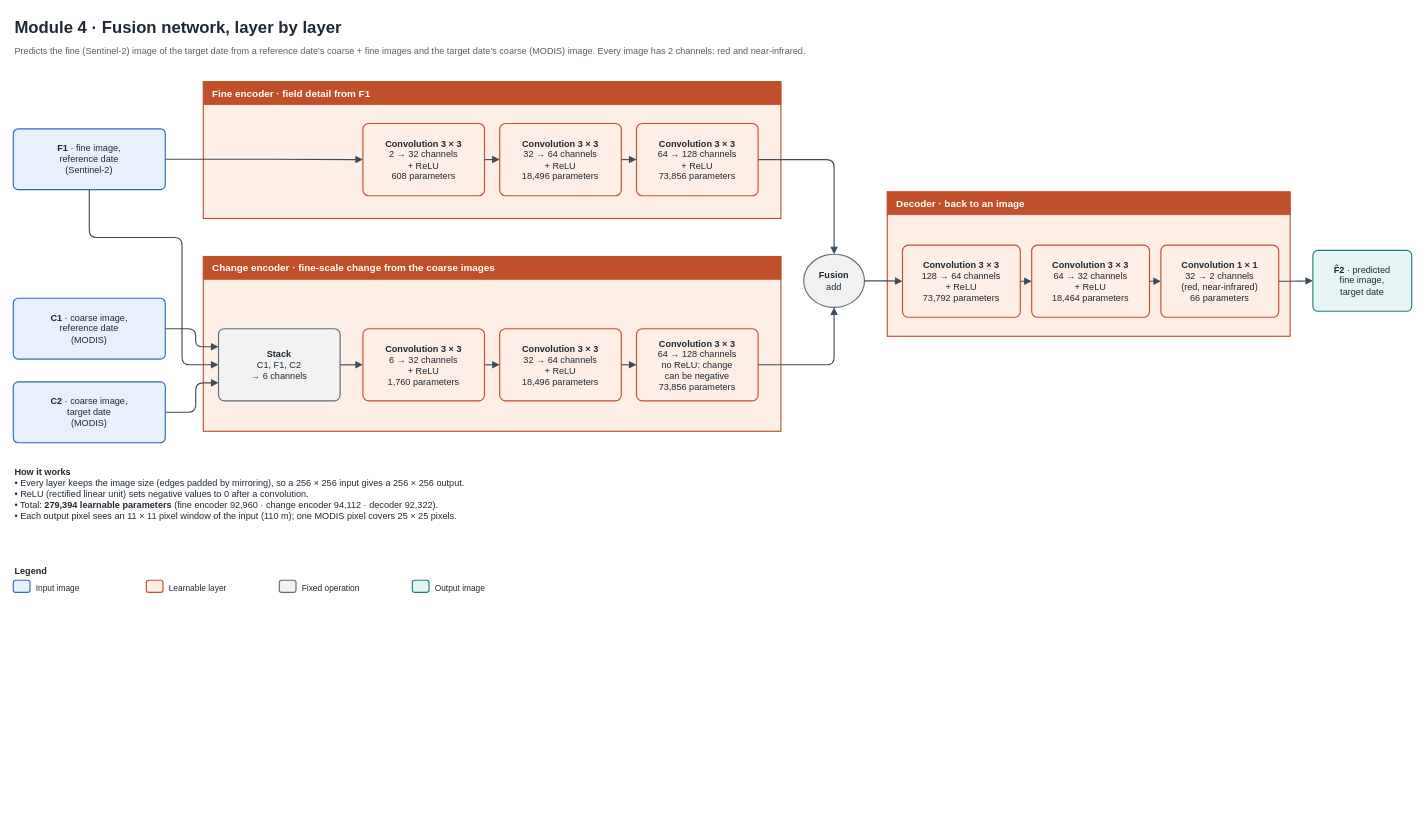
saad-nazir-0289/agrivision_model keeps this draw.io diagram as page "5 · Fusion network" (5 of 6) of docs/diagrams/AgriVision_architecture.drawio. Above is the earlier version. Source tidied: cells renumbered, new cells numbered last; positions are measured from the earlier drawing's top-left corner, leaving out a move shared by most shapes. Both pictures are drawn from the tidied source at 76%, with x=0, y=0 at pixel (13, 13).
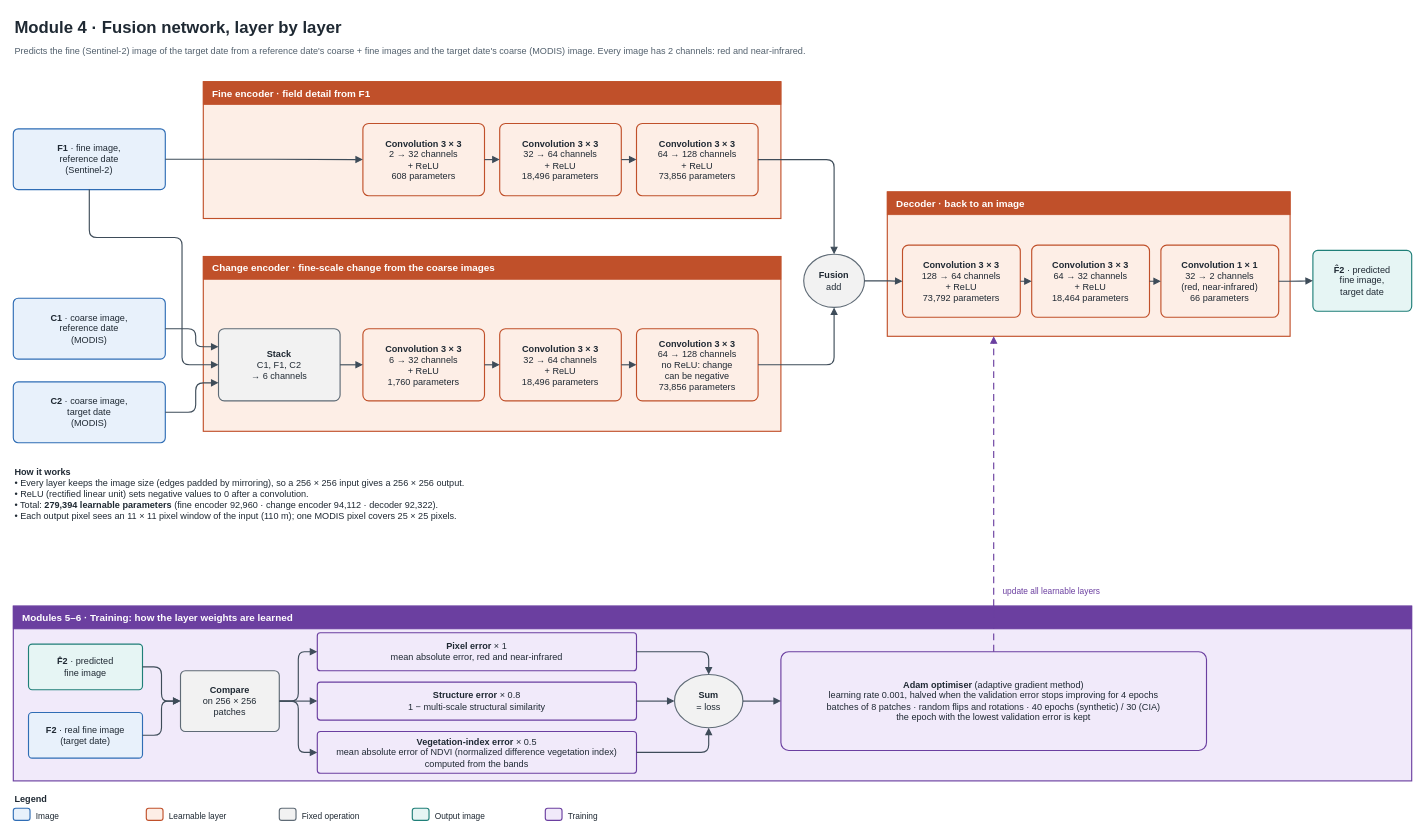
The same page after the edit.

Commit message (it also covers changes not shown here):
Add page 6 (U-Net + CBAM fusion network) and training panels

Page 6: two four-level U-Net encoders, per-level fusion with a 1x1
convolution and CBAM, U-Net decoder with skip connections; channels,
sizes and parameter counts (3,295,722) taken from a tested PyTorch
build. Pages 5 and 6 now show the training loss terms and optimiser.

Claude-Session: https://claude.ai/code/session_01EnkEphDfBFfvDAs5Czkog1

Unchanged cells that the change refers to:
```xml
<mxCell id="19" style="rounded=0;html=1;fillColor=#FDEEE6;strokeColor=#C0502A;strokeWidth=1.5;" parent="1" vertex="1">
  <mxGeometry x="1150" y="235" width="530" height="190" as="geometry" />
</mxCell>
```

What changed in the source:
```diff
@@
-    <mxCell id="41" value="&lt;b&gt;Legend&lt;/b&gt;" style="text;html=1;whiteSpace=wrap;fontFamily=Helvetica;fontSize=12;fontColor=#1F2933;align=left;verticalAlign=top;strokeColor=none;fillColor=none;" parent="1" vertex="1">
-      <mxGeometry y="720" width="200" height="20" as="geometry" />
+    <mxCell id="41" style="rounded=0;html=1;fillColor=#F1EAFA;strokeColor=#6B3FA0;strokeWidth=1.5;" parent="1" vertex="1">
+      <mxGeometry y="780" width="1840" height="230" as="geometry" />
     </mxCell>
-    <mxCell id="42" style="rounded=1;arcSize=8;whiteSpace=wrap;html=1;fontFamily=Helvetica;fontSize=12;fillColor=#E8F1FB;strokeColor=#2F6DB5;strokeWidth=1.5;fontColor=#1F2933;verticalAlign=middle;align=center;spacing=6;arcSize=20;" parent="1" vertex="1">
-      <mxGeometry y="746" width="22" height="16" as="geometry" />
+    <mxCell id="42" value="Modules 5–6 · Training: how the layer weights are learned" style="rounded=0;html=1;whiteSpace=wrap;fontFamily=Helvetica;fontSize=13;fontStyle=1;fontColor=#FFFFFF;fillColor=#6B3FA0;strokeColor=#6B3FA0;align=left;spacingLeft=10;verticalAlign=middle;" parent="41" vertex="1">
+      <mxGeometry width="1840" height="30" as="geometry" />
     </mxCell>
-    <mxCell id="43" value="Input image" style="text;html=1;whiteSpace=wrap;fontFamily=Helvetica;fontSize=11;fontColor=#1F2933;align=left;verticalAlign=top;strokeColor=none;fillColor=none;" parent="1" vertex="1">
-      <mxGeometry x="28" y="744" width="150" height="20" as="geometry" />
+    <mxCell id="43" value="&lt;b&gt;F̂2&lt;/b&gt; · predicted&lt;br&gt;fine image" style="rounded=1;arcSize=8;whiteSpace=wrap;html=1;fontFamily=Helvetica;fontSize=12;fillColor=#E6F5F4;strokeColor=#1F7F78;strokeWidth=1.5;fontColor=#1F2933;verticalAlign=middle;align=center;spacing=6;" parent="41" vertex="1">
+      <mxGeometry x="20" y="50" width="150" height="60" as="geometry" />
     </mxCell>
-    <mxCell id="44" style="rounded=1;arcSize=8;whiteSpace=wrap;html=1;fontFamily=Helvetica;fontSize=12;fillColor=#FDEEE6;strokeColor=#C0502A;strokeWidth=1.5;fontColor=#1F2933;verticalAlign=middle;align=center;spacing=6;arcSize=20;" parent="1" vertex="1">
-      <mxGeometry x="175" y="746" width="22" height="16" as="geometry" />
+    <mxCell id="44" value="&lt;b&gt;F2&lt;/b&gt; · real fine image&lt;br&gt;(target date)" style="rounded=1;arcSize=8;whiteSpace=wrap;html=1;fontFamily=Helvetica;fontSize=12;fillColor=#E8F1FB;strokeColor=#2F6DB5;strokeWidth=1.5;fontColor=#1F2933;verticalAlign=middle;align=center;spacing=6;" parent="41" vertex="1">
+      <mxGeometry x="20" y="140" width="150" height="60" as="geometry" />
     </mxCell>
-    <mxCell id="45" value="Learnable layer" style="text;html=1;whiteSpace=wrap;fontFamily=Helvetica;fontSize=11;fontColor=#1F2933;align=left;verticalAlign=top;strokeColor=none;fillColor=none;" parent="1" vertex="1">
-      <mxGeometry x="203" y="744" width="150" height="20" as="geometry" />
+    <mxCell id="45" value="&lt;b&gt;Compare&lt;/b&gt;&lt;br&gt;on 256 × 256&lt;br&gt;patches" style="rounded=1;arcSize=8;whiteSpace=wrap;html=1;fontFamily=Helvetica;fontSize=12;fillColor=#F2F2F2;strokeColor=#5F6B76;strokeWidth=1.5;fontColor=#1F2933;verticalAlign=middle;align=center;spacing=6;" parent="41" vertex="1">
+      <mxGeometry x="220" y="85" width="130" height="80" as="geometry" />
     </mxCell>
-    <mxCell id="46" style="rounded=1;arcSize=8;whiteSpace=wrap;html=1;fontFamily=Helvetica;fontSize=12;fillColor=#F2F2F2;strokeColor=#5F6B76;strokeWidth=1.5;fontColor=#1F2933;verticalAlign=middle;align=center;spacing=6;arcSize=20;" parent="1" vertex="1">
-      <mxGeometry x="350" y="746" width="22" height="16" as="geometry" />
+    <mxCell id="46" value="&lt;b&gt;Pixel error&lt;/b&gt; × 1&lt;br&gt;mean absolute error, red and near-infrared" style="rounded=1;arcSize=8;whiteSpace=wrap;html=1;fontFamily=Helvetica;fontSize=12;fillColor=#F1EAFA;strokeColor=#6B3FA0;strokeWidth=1.5;fontColor=#1F2933;verticalAlign=middle;align=center;spacing=6;" parent="41" vertex="1">
+      <mxGeometry x="400" y="35" width="420" height="50" as="geometry" />
     </mxCell>
-    <mxCell id="47" value="Fixed operation" style="text;html=1;whiteSpace=wrap;fontFamily=Helvetica;fontSize=11;fontColor=#1F2933;align=left;verticalAlign=top;strokeColor=none;fillColor=none;" parent="1" vertex="1">
-      <mxGeometry x="378" y="744" width="150" height="20" as="geometry" />
+    <mxCell id="47" value="&lt;b&gt;Structure error&lt;/b&gt; × 0.8&lt;br&gt;1 − multi-scale structural similarity" style="rounded=1;arcSize=8;whiteSpace=wrap;html=1;fontFamily=Helvetica;fontSize=12;fillColor=#F1EAFA;strokeColor=#6B3FA0;strokeWidth=1.5;fontColor=#1F2933;verticalAlign=middle;align=center;spacing=6;" parent="41" vertex="1">
+      <mxGeometry x="400" y="100" width="420" height="50" as="geometry" />
     </mxCell>
-    <mxCell id="48" style="rounded=1;arcSize=8;whiteSpace=wrap;html=1;fontFamily=Helvetica;fontSize=12;fillColor=#E6F5F4;strokeColor=#1F7F78;strokeWidth=1.5;fontColor=#1F2933;verticalAlign=middle;align=center;spacing=6;arcSize=20;" parent="1" vertex="1">
-      <mxGeometry x="525" y="746" width="22" height="16" as="geometry" />
+    <mxCell id="48" value="&lt;b&gt;Vegetation-index error&lt;/b&gt; × 0.5&lt;br&gt;mean absolute error of NDVI (normalized difference vegetation index) computed from the bands" style="rounded=1;arcSize=8;whiteSpace=wrap;html=1;fontFamily=Helvetica;fontSize=12;fillColor=#F1EAFA;strokeColor=#6B3FA0;strokeWidth=1.5;fontColor=#1F2933;verticalAlign=middle;align=center;spacing=6;" parent="41" vertex="1">
+      <mxGeometry x="400" y="165" width="420" height="55" as="geometry" />
     </mxCell>
-    <mxCell id="49" value="Output image" style="text;html=1;whiteSpace=wrap;fontFamily=Helvetica;fontSize=11;fontColor=#1F2933;align=left;verticalAlign=top;strokeColor=none;fillColor=none;" parent="1" vertex="1">
-      <mxGeometry x="553" y="744" width="150" height="20" as="geometry" />
+    <mxCell id="49" value="&lt;b&gt;Sum&lt;/b&gt;&lt;br&gt;= loss" style="rounded=1;arcSize=8;whiteSpace=wrap;html=1;fontFamily=Helvetica;fontSize=12;fillColor=#F2F2F2;strokeColor=#5F6B76;strokeWidth=1.5;fontColor=#1F2933;verticalAlign=middle;align=center;spacing=6;shape=ellipse;perimeter=ellipsePerimeter;" parent="41" vertex="1">
+      <mxGeometry x="870" y="90" width="90" height="70" as="geometry" />
     </mxCell>
+    <mxCell id="50" value="&lt;b&gt;Adam optimiser&lt;/b&gt; (adaptive gradient method)&lt;br&gt;learning rate 0.001, halved when the validation error stops improving for 4 epochs&lt;br&gt;batches of 8 patches · random flips and rotations · 40 epochs (synthetic) / 30 (CIA)&lt;br&gt;the epoch with the lowest validation error is kept" style="rounded=1;arcSize=8;whiteSpace=wrap;html=1;fontFamily=Helvetica;fontSize=12;fillColor=#F1EAFA;strokeColor=#6B3FA0;strokeWidth=1.5;fontColor=#1F2933;verticalAlign=middle;align=center;spacing=6;" parent="41" vertex="1">
+      <mxGeometry x="1010" y="60" width="560" height="130" as="geometry" />
+    </mxCell>
+    <mxCell id="51" style="edgeStyle=orthogonalEdgeStyle;rounded=1;html=1;fontFamily=Helvetica;fontSize=10;strokeColor=#3E4C59;strokeWidth=1.5;endArrow=block;endFill=1;fontColor=#3E4C59;labelBackgroundColor=#FFFFFF;" parent="1" edge="1" source="43" target="45">
+      <mxGeometry relative="1" as="geometry" />
+    </mxCell>
+    <mxCell id="52" style="edgeStyle=orthogonalEdgeStyle;rounded=1;html=1;fontFamily=Helvetica;fontSize=10;strokeColor=#3E4C59;strokeWidth=1.5;endArrow=block;endFill=1;fontColor=#3E4C59;labelBackgroundColor=#FFFFFF;" parent="1" edge="1" source="44" target="45">
+      <mxGeometry relative="1" as="geometry" />
+    </mxCell>
+    <mxCell id="53" style="edgeStyle=orthogonalEdgeStyle;rounded=1;html=1;fontFamily=Helvetica;fontSize=10;strokeColor=#3E4C59;strokeWidth=1.5;endArrow=block;endFill=1;fontColor=#3E4C59;labelBackgroundColor=#FFFFFF;" parent="1" edge="1" source="45" target="46">
+      <mxGeometry relative="1" as="geometry" />
+    </mxCell>
+    <mxCell id="54" style="edgeStyle=orthogonalEdgeStyle;rounded=1;html=1;fontFamily=Helvetica;fontSize=10;strokeColor=#3E4C59;strokeWidth=1.5;endArrow=block;endFill=1;fontColor=#3E4C59;labelBackgroundColor=#FFFFFF;" parent="1" edge="1" source="46" target="49">
+      <mxGeometry relative="1" as="geometry" />
+    </mxCell>
+    <mxCell id="55" style="edgeStyle=orthogonalEdgeStyle;rounded=1;html=1;fontFamily=Helvetica;fontSize=10;strokeColor=#3E4C59;strokeWidth=1.5;endArrow=block;endFill=1;fontColor=#3E4C59;labelBackgroundColor=#FFFFFF;" parent="1" edge="1" source="45" target="47">
+      <mxGeometry relative="1" as="geometry" />
+    </mxCell>
+    <mxCell id="56" style="edgeStyle=orthogonalEdgeStyle;rounded=1;html=1;fontFamily=Helvetica;fontSize=10;strokeColor=#3E4C59;strokeWidth=1.5;endArrow=block;endFill=1;fontColor=#3E4C59;labelBackgroundColor=#FFFFFF;" parent="1" edge="1" source="47" target="49">
+      <mxGeometry relative="1" as="geometry" />
+    </mxCell>
+    <mxCell id="57" style="edgeStyle=orthogonalEdgeStyle;rounded=1;html=1;fontFamily=Helvetica;fontSize=10;strokeColor=#3E4C59;strokeWidth=1.5;endArrow=block;endFill=1;fontColor=#3E4C59;labelBackgroundColor=#FFFFFF;" parent="1" edge="1" source="45" target="48">
+      <mxGeometry relative="1" as="geometry" />
+    </mxCell>
+    <mxCell id="58" style="edgeStyle=orthogonalEdgeStyle;rounded=1;html=1;fontFamily=Helvetica;fontSize=10;strokeColor=#3E4C59;strokeWidth=1.5;endArrow=block;endFill=1;fontColor=#3E4C59;labelBackgroundColor=#FFFFFF;" parent="1" edge="1" source="48" target="49">
+      <mxGeometry relative="1" as="geometry" />
+    </mxCell>
+    <mxCell id="59" style="edgeStyle=orthogonalEdgeStyle;rounded=1;html=1;fontFamily=Helvetica;fontSize=10;strokeColor=#3E4C59;strokeWidth=1.5;endArrow=block;endFill=1;fontColor=#3E4C59;labelBackgroundColor=#FFFFFF;" parent="1" edge="1" source="49" target="50">
+      <mxGeometry relative="1" as="geometry" />
+    </mxCell>
+    <mxCell id="60" style="edgeStyle=orthogonalEdgeStyle;rounded=1;html=1;fontFamily=Helvetica;fontSize=10;strokeColor=#6B3FA0;strokeWidth=1.5;endArrow=block;endFill=1;fontColor=#3E4C59;dashed=1;dashPattern=6 4;labelBackgroundColor=#FFFFFF;exitX=0.5;exitY=0;exitDx=0;exitDy=0;entryX=0.2641509433962264;entryY=1;entryDx=0;entryDy=0;" parent="1" edge="1" source="50" target="19">
+      <mxGeometry relative="1" as="geometry" />
+    </mxCell>
+    <mxCell id="61" value="update all learnable layers" style="text;html=1;whiteSpace=wrap;fontFamily=Helvetica;fontSize=11;fontColor=#6B3FA0;align=left;verticalAlign=top;strokeColor=none;fillColor=none;" parent="1" vertex="1">
+      <mxGeometry x="1300" y="748" width="220" height="20" as="geometry" />
+    </mxCell>
+    <mxCell id="62" value="&lt;b&gt;Legend&lt;/b&gt;" style="text;html=1;whiteSpace=wrap;fontFamily=Helvetica;fontSize=12;fontColor=#1F2933;align=left;verticalAlign=top;strokeColor=none;fillColor=none;" parent="1" vertex="1">
+      <mxGeometry y="1020" width="200" height="20" as="geometry" />
+    </mxCell>
+    <mxCell id="63" style="rounded=1;arcSize=8;whiteSpace=wrap;html=1;fontFamily=Helvetica;fontSize=12;fillColor=#E8F1FB;strokeColor=#2F6DB5;strokeWidth=1.5;fontColor=#1F2933;verticalAlign=middle;align=center;spacing=6;arcSize=20;" parent="1" vertex="1">
+      <mxGeometry y="1046" width="22" height="16" as="geometry" />
+    </mxCell>
+    <mxCell id="64" value="Image" style="text;html=1;whiteSpace=wrap;fontFamily=Helvetica;fontSize=11;fontColor=#1F2933;align=left;verticalAlign=top;strokeColor=none;fillColor=none;" parent="1" vertex="1">
+      <mxGeometry x="28" y="1044" width="150" height="20" as="geometry" />
+    </mxCell>
+    <mxCell id="65" style="rounded=1;arcSize=8;whiteSpace=wrap;html=1;fontFamily=Helvetica;fontSize=12;fillColor=#FDEEE6;strokeColor=#C0502A;strokeWidth=1.5;fontColor=#1F2933;verticalAlign=middle;align=center;spacing=6;arcSize=20;" parent="1" vertex="1">
+      <mxGeometry x="175" y="1046" width="22" height="16" as="geometry" />
+    </mxCell>
+    <mxCell id="66" value="Learnable layer" style="text;html=1;whiteSpace=wrap;fontFamily=Helvetica;fontSize=11;fontColor=#1F2933;align=left;verticalAlign=top;strokeColor=none;fillColor=none;" parent="1" vertex="1">
+      <mxGeometry x="203" y="1044" width="150" height="20" as="geometry" />
+    </mxCell>
+    <mxCell id="67" style="rounded=1;arcSize=8;whiteSpace=wrap;html=1;fontFamily=Helvetica;fontSize=12;fillColor=#F2F2F2;strokeColor=#5F6B76;strokeWidth=1.5;fontColor=#1F2933;verticalAlign=middle;align=center;spacing=6;arcSize=20;" parent="1" vertex="1">
+      <mxGeometry x="350" y="1046" width="22" height="16" as="geometry" />
+    </mxCell>
+    <mxCell id="68" value="Fixed operation" style="text;html=1;whiteSpace=wrap;fontFamily=Helvetica;fontSize=11;fontColor=#1F2933;align=left;verticalAlign=top;strokeColor=none;fillColor=none;" parent="1" vertex="1">
+      <mxGeometry x="378" y="1044" width="150" height="20" as="geometry" />
+    </mxCell>
+    <mxCell id="69" style="rounded=1;arcSize=8;whiteSpace=wrap;html=1;fontFamily=Helvetica;fontSize=12;fillColor=#E6F5F4;strokeColor=#1F7F78;strokeWidth=1.5;fontColor=#1F2933;verticalAlign=middle;align=center;spacing=6;arcSize=20;" parent="1" vertex="1">
+      <mxGeometry x="525" y="1046" width="22" height="16" as="geometry" />
+    </mxCell>
+    <mxCell id="70" value="Output image" style="text;html=1;whiteSpace=wrap;fontFamily=Helvetica;fontSize=11;fontColor=#1F2933;align=left;verticalAlign=top;strokeColor=none;fillColor=none;" parent="1" vertex="1">
+      <mxGeometry x="553" y="1044" width="150" height="20" as="geometry" />
+    </mxCell>
+    <mxCell id="71" style="rounded=1;arcSize=8;whiteSpace=wrap;html=1;fontFamily=Helvetica;fontSize=12;fillColor=#F1EAFA;strokeColor=#6B3FA0;strokeWidth=1.5;fontColor=#1F2933;verticalAlign=middle;align=center;spacing=6;arcSize=20;" parent="1" vertex="1">
+      <mxGeometry x="700" y="1046" width="22" height="16" as="geometry" />
+    </mxCell>
+    <mxCell id="72" value="Training" style="text;html=1;whiteSpace=wrap;fontFamily=Helvetica;fontSize=11;fontColor=#1F2933;align=left;verticalAlign=top;strokeColor=none;fillColor=none;" parent="1" vertex="1">
+      <mxGeometry x="728" y="1044" width="150" height="20" as="geometry" />
+    </mxCell>
```
